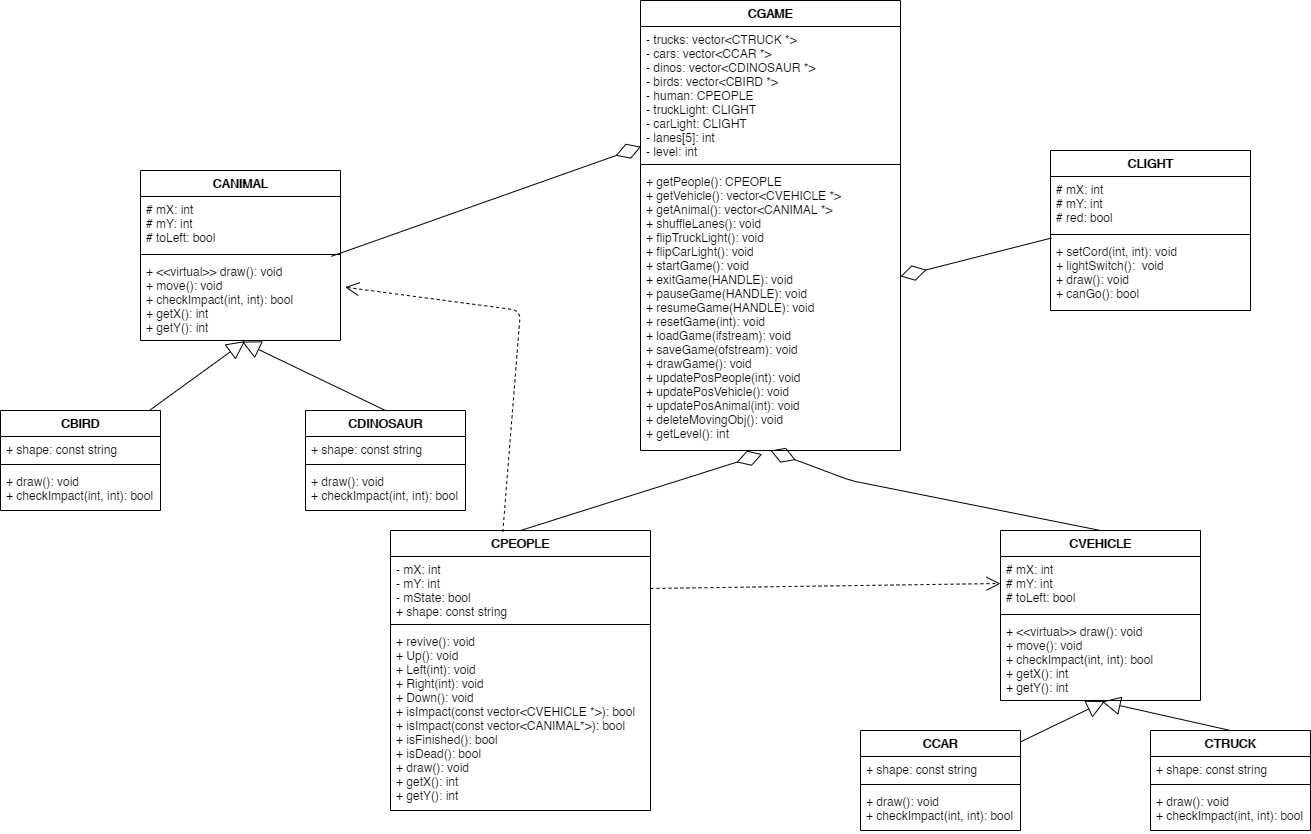
SavarinJames/CrossingRoadFinal keeps this draw.io diagram as diagram.png. Above is the earlier version. Source tidied: cells renumbered, new cells last; positions are measured from the earlier drawing's top-left corner, leaving out a move shared by most shapes.
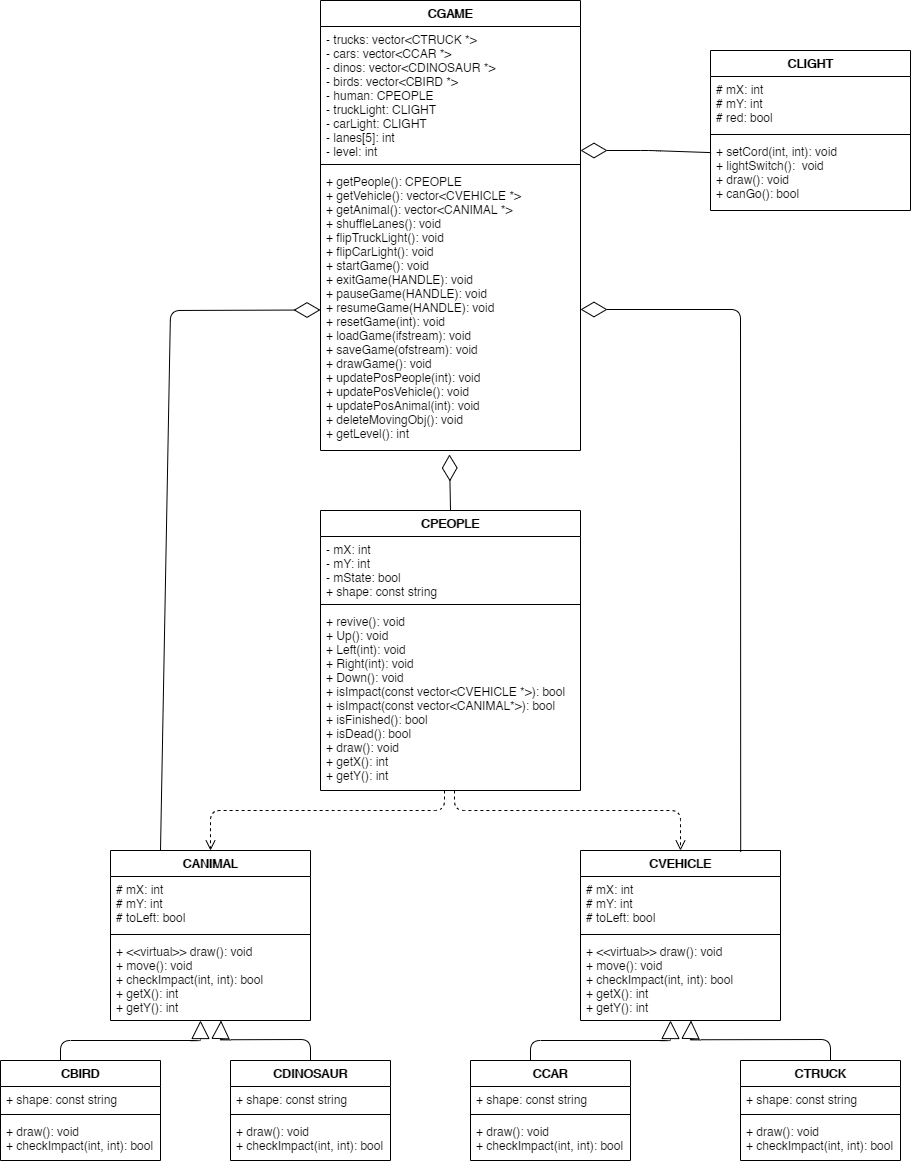
After the change.

Commit message:
beautify the diagram

What changed in the source:
```diff
@@ -3,7 +3,7 @@
     <mxCell id="0" />
     <mxCell id="1" parent="0" />
     <mxCell id="2" value="CVEHICLE" style="swimlane;fontStyle=1;align=center;verticalAlign=top;horizontal=1;startSize=26;" parent="1" vertex="1">
-      <mxGeometry x="1000" y="530" width="200" height="170" as="geometry" />
+      <mxGeometry x="630" y="920" width="200" height="170" as="geometry" />
     </mxCell>
     <mxCell id="3" value="# mX: int&#10;# mY: int&#10;# toLeft: bool" style="text;strokeColor=none;fillColor=none;align=left;verticalAlign=top;spacingLeft=4;spacingRight=4;overflow=hidden;points=[[0,0.5],[1,0.5]];portConstraint=eastwest;" parent="2" vertex="1">
       <mxGeometry y="26" width="200" height="54" as="geometry" />
@@ -15,7 +15,7 @@
       <mxGeometry y="88" width="200" height="82" as="geometry" />
     </mxCell>
     <mxCell id="6" value="CCAR" style="swimlane;fontStyle=1;align=center;verticalAlign=top;horizontal=1;startSize=26;" parent="1" vertex="1">
-      <mxGeometry x="860" y="730" width="160" height="100" as="geometry" />
+      <mxGeometry x="520" y="1130" width="160" height="100" as="geometry" />
     </mxCell>
     <mxCell id="7" value="+ shape: const string&#10;" style="text;strokeColor=none;fillColor=none;align=left;verticalAlign=top;spacingLeft=4;spacingRight=4;overflow=hidden;" parent="6" vertex="1">
       <mxGeometry y="26" width="160" height="24" as="geometry" />
@@ -26,13 +26,8 @@
     <mxCell id="9" value="+ draw(): void&#10;+ checkImpact(int, int): bool" style="text;strokeColor=none;fillColor=none;align=left;verticalAlign=top;spacingLeft=4;spacingRight=4;overflow=hidden;" parent="6" vertex="1">
       <mxGeometry y="58" width="160" height="42" as="geometry" />
     </mxCell>
-    <mxCell id="10" style="endArrow=block;endSize=16;endFill=0;html=1;entryX=0.523;entryY=1.007;entryDx=0;entryDy=0;entryPerimeter=0;" parent="1" edge="1" source="6" target="5">
-      <mxGeometry x="0.26" y="16" relative="1" as="geometry">
-        <mxPoint y="-1" as="offset" />
-      </mxGeometry>
-    </mxCell>
     <mxCell id="11" value="CTRUCK" style="swimlane;fontStyle=1;align=center;verticalAlign=top;horizontal=1;startSize=26;" parent="1" vertex="1">
-      <mxGeometry x="1150" y="730" width="160" height="100" as="geometry" />
+      <mxGeometry x="790" y="1130" width="160" height="100" as="geometry" />
     </mxCell>
     <mxCell id="12" value="+ shape: const string&#10;" style="text;strokeColor=none;fillColor=none;align=left;verticalAlign=top;spacingLeft=4;spacingRight=4;overflow=hidden;" parent="11" vertex="1">
       <mxGeometry y="26" width="160" height="24" as="geometry" />
@@ -43,13 +38,8 @@
     <mxCell id="14" value="+ draw(): void&#10;+ checkImpact(int, int): bool" style="text;strokeColor=none;fillColor=none;align=left;verticalAlign=top;spacingLeft=4;spacingRight=4;overflow=hidden;" parent="11" vertex="1">
       <mxGeometry y="58" width="160" height="42" as="geometry" />
     </mxCell>
-    <mxCell id="15" style="endArrow=block;endSize=16;endFill=0;html=1;entryX=0.508;entryY=1.014;entryDx=0;entryDy=0;entryPerimeter=0;exitX=0.5;exitY=0;exitDx=0;exitDy=0;" parent="1" edge="1" source="11" target="5">
-      <mxGeometry x="0.26" y="16" relative="1" as="geometry">
-        <mxPoint y="-1" as="offset" />
-      </mxGeometry>
-    </mxCell>
     <mxCell id="16" value="CANIMAL" style="swimlane;fontStyle=1;align=center;verticalAlign=top;horizontal=1;startSize=26;" parent="1" vertex="1">
-      <mxGeometry x="140" y="170" width="200" height="170" as="geometry" />
+      <mxGeometry x="160" y="920" width="200" height="170" as="geometry" />
     </mxCell>
     <mxCell id="17" value="# mX: int&#10;# mY: int&#10;# toLeft: bool" style="text;strokeColor=none;fillColor=none;align=left;verticalAlign=top;spacingLeft=4;spacingRight=4;overflow=hidden;" parent="16" vertex="1">
       <mxGeometry y="26" width="200" height="54" as="geometry" />
@@ -61,7 +51,7 @@
       <mxGeometry y="88" width="200" height="82" as="geometry" />
     </mxCell>
     <mxCell id="20" value="CBIRD" style="swimlane;fontStyle=1;align=center;verticalAlign=top;horizontal=1;startSize=26;" parent="1" vertex="1">
-      <mxGeometry y="410" width="160" height="100" as="geometry" />
+      <mxGeometry x="50" y="1130" width="160" height="100" as="geometry" />
     </mxCell>
     <mxCell id="21" value="+ shape: const string&#10;" style="text;strokeColor=none;fillColor=none;align=left;verticalAlign=top;spacingLeft=4;spacingRight=4;overflow=hidden;" parent="20" vertex="1">
       <mxGeometry y="26" width="160" height="24" as="geometry" />
@@ -72,13 +62,8 @@
     <mxCell id="23" value="+ draw(): void&#10;+ checkImpact(int, int): bool" style="text;strokeColor=none;fillColor=none;align=left;verticalAlign=top;spacingLeft=4;spacingRight=4;overflow=hidden;" parent="20" vertex="1">
       <mxGeometry y="58" width="160" height="42" as="geometry" />
     </mxCell>
-    <mxCell id="24" style="endArrow=block;endSize=16;endFill=0;html=1;entryX=0.523;entryY=1.007;entryDx=0;entryDy=0;entryPerimeter=0;" parent="1" edge="1" source="20" target="19">
-      <mxGeometry x="0.26" y="16" relative="1" as="geometry">
-        <mxPoint y="-1" as="offset" />
-      </mxGeometry>
-    </mxCell>
     <mxCell id="25" value="CDINOSAUR" style="swimlane;fontStyle=1;align=center;verticalAlign=top;horizontal=1;startSize=26;" parent="1" vertex="1">
-      <mxGeometry x="305" y="410" width="160" height="100" as="geometry" />
+      <mxGeometry x="280" y="1130" width="160" height="100" as="geometry" />
     </mxCell>
     <mxCell id="26" value="+ shape: const string&#10;" style="text;strokeColor=none;fillColor=none;align=left;verticalAlign=top;spacingLeft=4;spacingRight=4;overflow=hidden;" parent="25" vertex="1">
       <mxGeometry y="26" width="160" height="24" as="geometry" />
@@ -89,13 +74,17 @@
     <mxCell id="28" value="+ draw(): void&#10;+ checkImpact(int, int): bool" style="text;strokeColor=none;fillColor=none;align=left;verticalAlign=top;spacingLeft=4;spacingRight=4;overflow=hidden;" parent="25" vertex="1">
       <mxGeometry y="58" width="160" height="42" as="geometry" />
     </mxCell>
-    <mxCell id="29" style="endArrow=block;endSize=16;endFill=0;html=1;entryX=0.508;entryY=1.014;entryDx=0;entryDy=0;entryPerimeter=0;exitX=0.5;exitY=0;exitDx=0;exitDy=0;" parent="1" edge="1" source="25" target="19">
-      <mxGeometry x="0.26" y="16" relative="1" as="geometry">
-        <mxPoint y="-1" as="offset" />
-      </mxGeometry>
-    </mxCell>
+    <mxCell id="48" style="endArrow=block;endSize=16;endFill=0;html=1;exitX=0.5;exitY=0;exitDx=0;exitDy=0;entryX=0.656;entryY=1.004;entryDx=0;entryDy=0;entryPerimeter=0;" parent="25" edge="1" source="25">
+      <mxGeometry relative="1" as="geometry">
+        <mxPoint x="-9.4" y="-40" as="targetPoint" />
+        <Array as="points">
+          <mxPoint x="80" y="-21" />
+          <mxPoint x="-10" y="-20.7" />
+        </Array>
+      </mxGeometry>
+    </mxCell>
     <mxCell id="30" value="CPEOPLE" style="swimlane;fontStyle=1;align=center;verticalAlign=top;horizontal=1;startSize=26;" parent="1" vertex="1">
-      <mxGeometry x="390" y="530" width="260" height="280" as="geometry" />
+      <mxGeometry x="370" y="580" width="260" height="280" as="geometry" />
     </mxCell>
     <mxCell id="31" value="- mX: int&#10;- mY: int&#10;- mState: bool&#10;+ shape: const string" style="text;strokeColor=none;fillColor=none;align=left;verticalAlign=top;spacingLeft=4;spacingRight=4;overflow=hidden;points=[[0,0.5],[1,0.5]];portConstraint=eastwest;" parent="30" vertex="1">
       <mxGeometry y="26" width="260" height="64" as="geometry" />
@@ -107,7 +96,7 @@
       <mxGeometry y="98" width="260" height="182" as="geometry" />
     </mxCell>
     <mxCell id="34" value="CLIGHT" style="swimlane;fontStyle=1;align=center;verticalAlign=top;horizontal=1;startSize=26;" parent="1" vertex="1">
-      <mxGeometry x="1050" y="150" width="200" height="160" as="geometry" />
+      <mxGeometry x="760" y="120" width="200" height="160" as="geometry" />
     </mxCell>
     <mxCell id="35" value="# mX: int&#10;# mY: int&#10;# red: bool" style="text;strokeColor=none;fillColor=none;align=left;verticalAlign=top;spacingLeft=4;spacingRight=4;overflow=hidden;" parent="34" vertex="1">
       <mxGeometry y="26" width="200" height="54" as="geometry" />
@@ -119,7 +108,7 @@
       <mxGeometry y="88" width="200" height="72" as="geometry" />
     </mxCell>
     <mxCell id="38" value="CGAME" style="swimlane;fontStyle=1;align=center;verticalAlign=top;horizontal=1;startSize=26;" parent="1" vertex="1">
-      <mxGeometry x="640" width="260" height="450" as="geometry" />
+      <mxGeometry x="370" y="70" width="260" height="450" as="geometry" />
     </mxCell>
     <mxCell id="39" value="- trucks: vector&lt;CTRUCK *&gt;&#10;- cars: vector&lt;CCAR *&gt;&#10;- dinos: vector&lt;CDINOSAUR *&gt;&#10;- birds: vector&lt;CBIRD *&gt;&#10;- human: CPEOPLE&#10;- truckLight: CLIGHT&#10;- carLight: CLIGHT&#10;- lanes[5]: int&#10;- level: int" style="text;strokeColor=none;fillColor=none;align=left;verticalAlign=top;spacingLeft=4;spacingRight=4;overflow=hidden;points=[[0,0.5],[1,0.5]];portConstraint=eastwest;" parent="38" vertex="1">
       <mxGeometry y="26" width="260" height="134" as="geometry" />
@@ -130,32 +119,82 @@
     <mxCell id="41" value="+ getPeople(): CPEOPLE&#10;+ getVehicle(): vector&lt;CVEHICLE *&gt;&#10;+ getAnimal(): vector&lt;CANIMAL *&gt;&#10;+ shuffleLanes(): void&#10;+ flipTruckLight(): void&#10;+ flipCarLight(): void&#10;+ startGame(): void&#10;+ exitGame(HANDLE): void&#10;+ pauseGame(HANDLE): void&#10;+ resumeGame(HANDLE): void&#10;+ resetGame(int): void&#10;+ loadGame(ifstream): void&#10;+ saveGame(ofstream): void&#10;+ drawGame(): void&#10;+ updatePosPeople(int): void&#10;+ updatePosVehicle(): void&#10;+ updatePosAnimal(int): void&#10;+ deleteMovingObj(): void&#10;+ getLevel(): int" style="text;strokeColor=none;fillColor=none;align=left;verticalAlign=top;spacingLeft=4;spacingRight=4;overflow=hidden;points=[[0,0.5],[1,0.5]];portConstraint=eastwest;" parent="38" vertex="1">
       <mxGeometry y="168" width="260" height="282" as="geometry" />
     </mxCell>
+    <mxCell id="49" style="endArrow=block;endSize=16;endFill=0;html=1;exitX=0.5;exitY=0;exitDx=0;exitDy=0;entryX=0.45;entryY=1;entryDx=0;entryDy=0;entryPerimeter=0;" parent="1" edge="1" target="19">
+      <mxGeometry relative="1" as="geometry">
+        <mxPoint x="110" y="1130" as="sourcePoint" />
+        <Array as="points">
+          <mxPoint x="110" y="1110" />
+          <mxPoint x="250" y="1110" />
+        </Array>
+      </mxGeometry>
+    </mxCell>
+    <mxCell id="50" style="endArrow=block;endSize=16;endFill=0;html=1;exitX=0.5;exitY=0;exitDx=0;exitDy=0;entryX=0.45;entryY=1;entryDx=0;entryDy=0;entryPerimeter=0;" parent="1" edge="1">
+      <mxGeometry relative="1" as="geometry">
+        <mxPoint x="580" y="1130" as="sourcePoint" />
+        <mxPoint x="720" y="1090" as="targetPoint" />
+        <Array as="points">
+          <mxPoint x="580" y="1110" />
+          <mxPoint x="720" y="1110" />
+        </Array>
+      </mxGeometry>
+    </mxCell>
+    <mxCell id="51" style="endArrow=block;endSize=16;endFill=0;html=1;entryX=0.656;entryY=1.004;entryDx=0;entryDy=0;entryPerimeter=0;" parent="1" edge="1">
+      <mxGeometry relative="1" as="geometry">
+        <mxPoint x="880" y="1130" as="sourcePoint" />
+        <mxPoint x="740.6" y="1090" as="targetPoint" />
+        <Array as="points">
+          <mxPoint x="880" y="1130" />
+          <mxPoint x="880" y="1109" />
+          <mxPoint x="740" y="1109.3" />
+        </Array>
+      </mxGeometry>
+    </mxCell>
+    <mxCell id="52" style="html=1;verticalAlign=bottom;endArrow=open;dashed=1;endSize=8;entryX=0.5;entryY=0;entryDx=0;entryDy=0;" parent="1" edge="1" target="16">
+      <mxGeometry x="0.02" y="-126" relative="1" as="geometry">
+        <mxPoint x="494" y="860" as="sourcePoint" />
+        <Array as="points">
+          <mxPoint x="494" y="880" />
+          <mxPoint x="390" y="880" />
+          <mxPoint x="260" y="880" />
+        </Array>
+        <mxPoint x="-1" as="offset" />
+      </mxGeometry>
+    </mxCell>
+    <mxCell id="53" style="html=1;verticalAlign=bottom;endArrow=open;dashed=1;endSize=8;entryX=0.5;entryY=0;entryDx=0;entryDy=0;" parent="1" edge="1" target="2">
+      <mxGeometry x="0.02" y="-126" relative="1" as="geometry">
+        <mxPoint x="504" y="860" as="sourcePoint" />
+        <Array as="points">
+          <mxPoint x="504" y="880" />
+          <mxPoint x="620" y="880" />
+          <mxPoint x="730" y="880" />
+        </Array>
+        <mxPoint x="-1" as="offset" />
+      </mxGeometry>
+    </mxCell>
-    <mxCell id="42" style="endArrow=diamondThin;endFill=0;endSize=24;html=1;entryX=0.468;entryY=1.013;entryDx=0;entryDy=0;entryPerimeter=0;exitX=0.5;exitY=0;exitDx=0;exitDy=0;" parent="1" edge="1" source="30" target="41">
+    <mxCell id="42" style="endArrow=diamondThin;endFill=0;endSize=24;html=1;entryX=0.496;entryY=1.014;entryDx=0;entryDy=0;entryPerimeter=0;exitX=0.5;exitY=0;exitDx=0;exitDy=0;" parent="1" edge="1" source="30" target="41">
       <mxGeometry relative="1" as="geometry" />
     </mxCell>
-    <mxCell id="43" style="endArrow=diamondThin;endFill=0;endSize=24;html=1;exitX=0.5;exitY=0;exitDx=0;exitDy=0;" parent="1" edge="1" source="2">
-      <mxGeometry relative="1" as="geometry">
-        <mxPoint x="770" y="450" as="targetPoint" />
-        <Array as="points">
-          <mxPoint x="850" y="480" />
-        </Array>
-      </mxGeometry>
-    </mxCell>
-    <mxCell id="44" style="endArrow=diamondThin;endFill=0;endSize=24;html=1;exitX=0.004;exitY=-0.006;exitDx=0;exitDy=0;exitPerimeter=0;" parent="1" edge="1" source="37" target="41">
-      <mxGeometry relative="1" as="geometry" />
-    </mxCell>
-    <mxCell id="45" style="endArrow=diamondThin;endFill=0;endSize=24;html=1;entryX=0.002;entryY=0.897;entryDx=0;entryDy=0;entryPerimeter=0;exitX=0.954;exitY=-0.026;exitDx=0;exitDy=0;exitPerimeter=0;" parent="1" edge="1" source="19" target="39">
-      <mxGeometry relative="1" as="geometry" />
-    </mxCell>
-    <mxCell id="46" style="endArrow=open;endSize=12;dashed=1;html=1;exitX=1;exitY=0.5;exitDx=0;exitDy=0;entryX=0;entryY=0.5;entryDx=0;entryDy=0;" parent="1" edge="1" source="31" target="3">
-      <mxGeometry x="0.03" y="-25" relative="1" as="geometry" />
-    </mxCell>
-    <mxCell id="47" style="endArrow=open;endSize=12;dashed=1;html=1;exitX=0.432;exitY=0.005;exitDx=0;exitDy=0;exitPerimeter=0;entryX=1.023;entryY=0.35;entryDx=0;entryDy=0;entryPerimeter=0;" parent="1" edge="1" source="30" target="19">
-      <mxGeometry x="0.03" y="-25" relative="1" as="geometry">
-        <Array as="points">
-          <mxPoint x="520" y="310" />
-        </Array>
-      </mxGeometry>
-    </mxCell>
+    <mxCell id="54" style="endArrow=diamondThin;endFill=0;endSize=24;html=1;exitX=0.25;exitY=0;exitDx=0;exitDy=0;" parent="1" edge="1" source="16" target="41">
+      <mxGeometry relative="1" as="geometry">
+        <Array as="points">
+          <mxPoint x="220" y="380" />
+        </Array>
+      </mxGeometry>
+    </mxCell>
+    <mxCell id="55" style="endArrow=diamondThin;endFill=0;endSize=24;html=1;exitX=0.801;exitY=0.009;exitDx=0;exitDy=0;exitPerimeter=0;entryX=1;entryY=0.5;entryDx=0;entryDy=0;" parent="1" edge="1" source="2" target="41">
+      <mxGeometry relative="1" as="geometry">
+        <Array as="points">
+          <mxPoint x="790" y="379" />
+        </Array>
+      </mxGeometry>
+    </mxCell>
+    <mxCell id="56" style="endArrow=diamondThin;endFill=0;endSize=24;html=1;exitX=0.003;exitY=0.196;exitDx=0;exitDy=0;exitPerimeter=0;" parent="1" edge="1" source="37">
+      <mxGeometry relative="1" as="geometry">
+        <mxPoint x="630" y="220" as="targetPoint" />
+        <Array as="points">
+          <mxPoint x="700" y="220" />
+        </Array>
+      </mxGeometry>
+    </mxCell>
   </root>
 </mxGraphModel>
```
